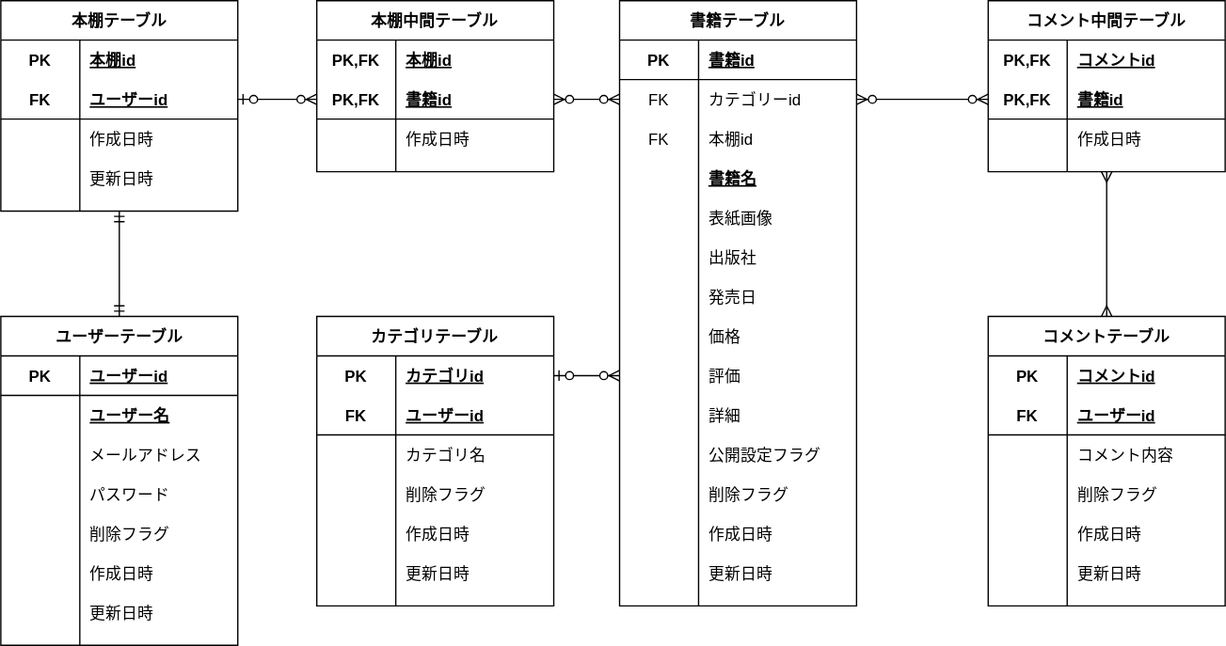
This is ERdiagram.drawio.svg from takumi98/EngineerBookshelf, a draw.io export, as it was before one commit. Source tidied: cells renumbered, new cells last; positions are measured from the earlier drawing's top-left corner, leaving out a move shared by most shapes.
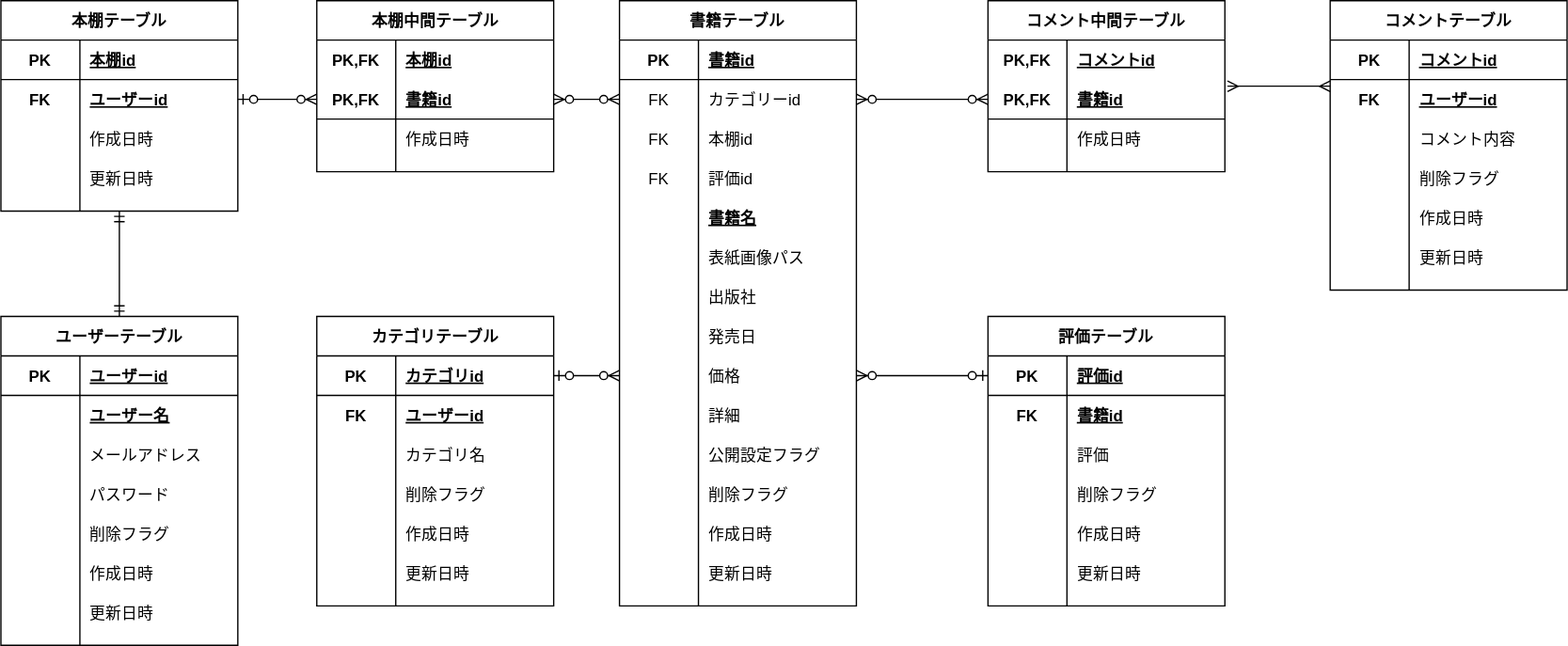
Above is the later version.

Commit message:
[add]評価テーブルの追加

The edit, as a diff of the source:
```diff
@@ -98,8 +98,17 @@
     <mxCell id="33" value="本棚id" style="shape=partialRectangle;fillColor=none;top=0;left=0;bottom=0;right=0;align=left;spacingLeft=6;overflow=hidden;" parent="31" vertex="1">
       <mxGeometry x="60" width="120" height="30" as="geometry" />
     </mxCell>
+    <mxCell id="49" style="shape=partialRectangle;fillColor=none;top=0;left=0;bottom=0;right=0;points=[[0,0.5],[1,0.5]];portConstraint=eastwest;" parent="24" vertex="1">
+      <mxGeometry y="120" width="180" height="30" as="geometry" />
+    </mxCell>
+    <mxCell id="50" value="FK" style="shape=partialRectangle;fillColor=none;top=0;left=0;bottom=0;right=0;overflow=hidden;" parent="49" vertex="1">
+      <mxGeometry width="60" height="30" as="geometry" />
+    </mxCell>
+    <mxCell id="51" value="評価id" style="shape=partialRectangle;fillColor=none;top=0;left=0;bottom=0;right=0;align=left;spacingLeft=6;overflow=hidden;" parent="49" vertex="1">
+      <mxGeometry x="60" width="120" height="30" as="geometry" />
+    </mxCell>
     <mxCell id="34" style="shape=partialRectangle;fillColor=none;top=0;left=0;bottom=0;right=0;" parent="24" vertex="1">
-      <mxGeometry y="120" width="180" height="30" as="geometry" />
+      <mxGeometry y="150" width="180" height="30" as="geometry" />
     </mxCell>
     <mxCell id="35" style="shape=partialRectangle;fillColor=none;top=0;left=0;bottom=0;right=0;fontStyle=1;overflow=hidden;" parent="34" vertex="1">
       <mxGeometry width="60" height="30" as="geometry" />
@@ -108,16 +117,16 @@
       <mxGeometry x="60" width="120" height="30" as="geometry" />
     </mxCell>
     <mxCell id="37" style="shape=partialRectangle;fillColor=none;top=0;left=0;bottom=0;right=0;" parent="24" vertex="1">
-      <mxGeometry y="150" width="180" height="30" as="geometry" />
+      <mxGeometry y="180" width="180" height="30" as="geometry" />
     </mxCell>
     <mxCell id="38" style="shape=partialRectangle;fillColor=none;top=0;left=0;bottom=0;right=0;overflow=hidden;" parent="37" vertex="1">
       <mxGeometry width="60" height="30" as="geometry" />
     </mxCell>
-    <mxCell id="39" value="表紙画像" style="shape=partialRectangle;fillColor=none;top=0;left=0;bottom=0;right=0;align=left;spacingLeft=6;overflow=hidden;" parent="37" vertex="1">
+    <mxCell id="39" value="表紙画像パス" style="shape=partialRectangle;fillColor=none;top=0;left=0;bottom=0;right=0;align=left;spacingLeft=6;overflow=hidden;" parent="37" vertex="1">
       <mxGeometry x="60" width="120" height="30" as="geometry" />
     </mxCell>
     <mxCell id="40" style="shape=partialRectangle;fillColor=none;top=0;left=0;bottom=0;right=0;" parent="24" vertex="1">
-      <mxGeometry y="180" width="180" height="30" as="geometry" />
+      <mxGeometry y="210" width="180" height="30" as="geometry" />
     </mxCell>
     <mxCell id="41" style="shape=partialRectangle;fillColor=none;top=0;left=0;bottom=0;right=0;overflow=hidden;" parent="40" vertex="1">
       <mxGeometry width="60" height="30" as="geometry" />
@@ -126,7 +135,7 @@
       <mxGeometry x="60" width="120" height="30" as="geometry" />
     </mxCell>
     <mxCell id="43" style="shape=partialRectangle;fillColor=none;top=0;left=0;bottom=0;right=0;" parent="24" vertex="1">
-      <mxGeometry y="210" width="180" height="30" as="geometry" />
+      <mxGeometry y="240" width="180" height="30" as="geometry" />
     </mxCell>
     <mxCell id="44" style="shape=partialRectangle;fillColor=none;top=0;left=0;bottom=0;right=0;overflow=hidden;" parent="43" vertex="1">
       <mxGeometry width="60" height="30" as="geometry" />
@@ -135,7 +144,7 @@
       <mxGeometry x="60" width="120" height="30" as="geometry" />
     </mxCell>
     <mxCell id="46" style="shape=partialRectangle;fillColor=none;top=0;left=0;bottom=0;right=0;points=[[0,0.5],[1,0.5]];portConstraint=eastwest;" parent="24" vertex="1">
-      <mxGeometry y="240" width="180" height="30" as="geometry" />
+      <mxGeometry y="270" width="180" height="30" as="geometry" />
     </mxCell>
     <mxCell id="47" style="shape=partialRectangle;fillColor=none;top=0;left=0;bottom=0;right=0;overflow=hidden;" parent="46" vertex="1">
       <mxGeometry width="60" height="30" as="geometry" />
@@ -143,15 +152,6 @@
     <mxCell id="48" value="価格" style="shape=partialRectangle;fillColor=none;top=0;left=0;bottom=0;right=0;align=left;spacingLeft=6;overflow=hidden;" parent="46" vertex="1">
       <mxGeometry x="60" width="120" height="30" as="geometry" />
     </mxCell>
-    <mxCell id="49" style="shape=partialRectangle;fillColor=none;top=0;left=0;bottom=0;right=0;points=[[0,0.5],[1,0.5]];portConstraint=eastwest;" parent="24" vertex="1">
-      <mxGeometry y="270" width="180" height="30" as="geometry" />
-    </mxCell>
-    <mxCell id="50" style="shape=partialRectangle;fillColor=none;top=0;left=0;bottom=0;right=0;overflow=hidden;" parent="49" vertex="1">
-      <mxGeometry width="60" height="30" as="geometry" />
-    </mxCell>
-    <mxCell id="51" value="評価" style="shape=partialRectangle;fillColor=none;top=0;left=0;bottom=0;right=0;align=left;spacingLeft=6;overflow=hidden;" parent="49" vertex="1">
-      <mxGeometry x="60" width="120" height="30" as="geometry" />
-    </mxCell>
     <mxCell id="52" style="shape=partialRectangle;fillColor=none;top=0;left=0;bottom=0;right=0;" parent="24" vertex="1">
       <mxGeometry y="300" width="180" height="30" as="geometry" />
     </mxCell>
@@ -197,13 +197,13 @@
     <mxCell id="66" value="更新日時" style="shape=partialRectangle;fillColor=none;top=0;left=0;bottom=0;right=0;align=left;spacingLeft=6;overflow=hidden;" parent="64" vertex="1">
       <mxGeometry x="60" width="120" height="30" as="geometry" />
     </mxCell>
-    <mxCell id="67" style="edgeStyle=orthogonalEdgeStyle;rounded=0;jettySize=auto;html=1;exitX=0.5;exitY=0;exitDx=0;exitDy=0;entryX=0.5;entryY=1;entryDx=0;entryDy=0;startArrow=ERmany;startFill=0;endArrow=ERmany;endFill=0;" parent="1" edge="1" source="68" target="87">
+    <mxCell id="67" style="edgeStyle=orthogonalEdgeStyle;rounded=0;jettySize=auto;html=1;exitX=0;exitY=0.167;exitDx=0;exitDy=0;entryX=1.011;entryY=0.167;entryDx=0;entryDy=0;startArrow=ERmany;startFill=0;endArrow=ERmany;endFill=0;entryPerimeter=0;exitPerimeter=0;" parent="1" edge="1" source="72" target="91">
       <mxGeometry relative="1" as="geometry" />
     </mxCell>
     <mxCell id="68" value="コメントテーブル" style="shape=table;startSize=30;rowLines=0;fontStyle=1;align=center;" parent="1" vertex="1">
-      <mxGeometry x="750" y="240" width="180" height="220" as="geometry" />
+      <mxGeometry x="1010" width="180" height="220" as="geometry" />
     </mxCell>
-    <mxCell id="69" style="shape=partialRectangle;fillColor=none;top=0;left=0;bottom=0;right=0;" parent="68" vertex="1">
+    <mxCell id="69" style="shape=partialRectangle;fillColor=none;top=0;left=0;bottom=1;right=0;" parent="68" vertex="1">
       <mxGeometry y="30" width="180" height="30" as="geometry" />
     </mxCell>
     <mxCell id="70" value="PK" style="shape=partialRectangle;fillColor=none;top=0;left=0;bottom=0;right=0;fontStyle=1;overflow=hidden;" parent="69" vertex="1">
@@ -212,7 +212,7 @@
     <mxCell id="71" value="コメントid" style="shape=partialRectangle;fillColor=none;top=0;left=0;bottom=0;right=0;align=left;spacingLeft=6;fontStyle=5;overflow=hidden;" parent="69" vertex="1">
       <mxGeometry x="60" width="120" height="30" as="geometry" />
     </mxCell>
-    <mxCell id="72" style="shape=partialRectangle;fillColor=none;top=0;left=0;bottom=1;right=0;points=[[0,0.5],[1,0.5]];portConstraint=eastwest;" parent="68" vertex="1">
+    <mxCell id="72" style="shape=partialRectangle;fillColor=none;top=0;left=0;bottom=0;right=0;points=[[0,0.5],[1,0.5]];portConstraint=eastwest;" parent="68" vertex="1">
       <mxGeometry y="60" width="180" height="30" as="geometry" />
     </mxCell>
     <mxCell id="73" value="FK" style="shape=partialRectangle;fillColor=none;top=0;left=0;bottom=0;right=0;fontStyle=1;overflow=hidden;" parent="72" vertex="1">
@@ -293,13 +293,13 @@
     <mxCell id="98" style="shape=partialRectangle;fillColor=none;top=0;left=0;bottom=0;right=0;points=[[0,0.5],[1,0.5]];portConstraint=eastwest;" parent="97" vertex="1">
       <mxGeometry y="30" width="180" height="30" as="geometry" />
     </mxCell>
-    <mxCell id="99" value="PK" style="shape=partialRectangle;fillColor=none;top=0;left=0;bottom=0;right=0;fontStyle=1;overflow=hidden;" parent="98" vertex="1">
+    <mxCell id="99" value="PK" style="shape=partialRectangle;fillColor=none;top=0;left=0;bottom=1;right=0;fontStyle=1;overflow=hidden;" parent="98" vertex="1">
       <mxGeometry width="60" height="30" as="geometry" />
     </mxCell>
-    <mxCell id="100" value="カテゴリid" style="shape=partialRectangle;fillColor=none;top=0;left=0;bottom=0;right=0;align=left;spacingLeft=6;fontStyle=5;overflow=hidden;" parent="98" vertex="1">
+    <mxCell id="100" value="カテゴリid" style="shape=partialRectangle;fillColor=none;top=0;left=0;bottom=1;right=0;align=left;spacingLeft=6;fontStyle=5;overflow=hidden;" parent="98" vertex="1">
       <mxGeometry x="60" width="120" height="30" as="geometry" />
     </mxCell>
-    <mxCell id="101" style="shape=partialRectangle;fillColor=none;top=0;left=0;bottom=1;right=0;" parent="97" vertex="1">
+    <mxCell id="101" style="shape=partialRectangle;fillColor=none;top=0;left=0;bottom=0;right=0;" parent="97" vertex="1">
       <mxGeometry y="60" width="180" height="30" as="geometry" />
     </mxCell>
     <mxCell id="102" value="FK" style="shape=partialRectangle;fillColor=none;top=0;left=0;bottom=0;right=0;fontStyle=1;overflow=hidden;" parent="101" vertex="1">
@@ -347,7 +347,7 @@
     <mxCell id="116" style="edgeStyle=orthogonalEdgeStyle;rounded=0;jettySize=auto;html=1;exitX=0;exitY=0.5;exitDx=0;exitDy=0;startArrow=ERzeroToMany;startFill=1;endArrow=ERzeroToMany;endFill=1;entryX=1;entryY=0.5;entryDx=0;entryDy=0;" parent="1" edge="1" source="91" target="28">
       <mxGeometry relative="1" as="geometry" />
     </mxCell>
-    <mxCell id="117" style="edgeStyle=orthogonalEdgeStyle;rounded=0;jettySize=auto;html=1;exitX=1;exitY=0.5;exitDx=0;exitDy=0;entryX=0;entryY=0.5;entryDx=0;entryDy=0;startArrow=ERzeroToOne;startFill=1;endArrow=ERzeroToMany;endFill=1;" parent="1" edge="1" source="98" target="49">
+    <mxCell id="117" style="edgeStyle=orthogonalEdgeStyle;rounded=0;jettySize=auto;html=1;exitX=1;exitY=0.5;exitDx=0;exitDy=0;entryX=0;entryY=0.5;entryDx=0;entryDy=0;startArrow=ERzeroToOne;startFill=1;endArrow=ERzeroToMany;endFill=1;" parent="1" edge="1" source="98" target="46">
       <mxGeometry relative="1" as="geometry" />
     </mxCell>
     <mxCell id="118" style="edgeStyle=orthogonalEdgeStyle;rounded=0;jettySize=auto;html=1;exitX=0.5;exitY=1;exitDx=0;exitDy=0;entryX=0.5;entryY=0;entryDx=0;entryDy=0;startArrow=ERmandOne;startFill=0;endArrow=ERmandOne;endFill=0;" parent="1" edge="1" source="119" target="2">
@@ -356,7 +356,7 @@
     <mxCell id="119" value="本棚テーブル" style="shape=table;startSize=30;rowLines=0;fontStyle=1;align=center;" parent="1" vertex="1">
       <mxGeometry width="180" height="160" as="geometry" />
     </mxCell>
-    <mxCell id="120" style="shape=partialRectangle;fillColor=none;top=0;left=0;bottom=0;right=0;" parent="119" vertex="1">
+    <mxCell id="120" style="shape=partialRectangle;fillColor=none;top=0;left=0;bottom=1;right=0;" parent="119" vertex="1">
       <mxGeometry y="30" width="180" height="30" as="geometry" />
     </mxCell>
     <mxCell id="121" value="PK" style="shape=partialRectangle;fillColor=none;top=0;left=0;bottom=0;right=0;fontStyle=1;overflow=hidden;" parent="120" vertex="1">
@@ -365,7 +365,7 @@
     <mxCell id="122" value="本棚id" style="shape=partialRectangle;fillColor=none;top=0;left=0;bottom=0;right=0;align=left;spacingLeft=6;fontStyle=5;overflow=hidden;" parent="120" vertex="1">
       <mxGeometry x="60" width="120" height="30" as="geometry" />
     </mxCell>
-    <mxCell id="123" style="shape=partialRectangle;fillColor=none;top=0;left=0;bottom=1;right=0;points=[[0,0.5],[1,0.5]];portConstraint=eastwest;" parent="119" vertex="1">
+    <mxCell id="123" style="shape=partialRectangle;fillColor=none;top=0;left=0;bottom=0;right=0;points=[[0,0.5],[1,0.5]];portConstraint=eastwest;" parent="119" vertex="1">
       <mxGeometry y="60" width="180" height="30" as="geometry" />
     </mxCell>
     <mxCell id="124" value="FK" style="shape=partialRectangle;fillColor=none;top=0;left=0;bottom=0;right=0;fontStyle=1;overflow=hidden;" parent="123" vertex="1">
@@ -428,5 +428,65 @@
     <mxCell id="143" style="edgeStyle=orthogonalEdgeStyle;rounded=0;jettySize=auto;html=1;exitX=1;exitY=0.5;exitDx=0;exitDy=0;entryX=0;entryY=0.5;entryDx=0;entryDy=0;startArrow=ERzeroToMany;startFill=1;endArrow=ERzeroToMany;endFill=1;" parent="1" edge="1" source="136" target="28">
       <mxGeometry relative="1" as="geometry" />
     </mxCell>
+    <mxCell id="144" value="評価テーブル" style="shape=table;startSize=30;rowLines=0;fontStyle=1;align=center;" parent="1" vertex="1">
+      <mxGeometry x="750" y="240" width="180" height="220" as="geometry" />
+    </mxCell>
+    <mxCell id="145" style="shape=partialRectangle;fillColor=none;top=0;left=0;bottom=1;right=0;points=[[0,0.5],[1,0.5]];portConstraint=eastwest;" parent="144" vertex="1">
+      <mxGeometry y="30" width="180" height="30" as="geometry" />
+    </mxCell>
+    <mxCell id="146" value="PK" style="shape=partialRectangle;fillColor=none;top=0;left=0;bottom=0;right=0;fontStyle=1;overflow=hidden;" parent="145" vertex="1">
+      <mxGeometry width="60" height="30" as="geometry" />
+    </mxCell>
+    <mxCell id="147" value="評価id" style="shape=partialRectangle;fillColor=none;top=0;left=0;bottom=0;right=0;align=left;spacingLeft=6;fontStyle=5;overflow=hidden;" parent="145" vertex="1">
+      <mxGeometry x="60" width="120" height="30" as="geometry" />
+    </mxCell>
+    <mxCell id="148" style="shape=partialRectangle;fillColor=none;top=0;left=0;bottom=0;right=0;" parent="144" vertex="1">
+      <mxGeometry y="60" width="180" height="30" as="geometry" />
+    </mxCell>
+    <mxCell id="149" value="FK" style="shape=partialRectangle;fillColor=none;top=0;left=0;bottom=0;right=0;fontStyle=1;overflow=hidden;" parent="148" vertex="1">
+      <mxGeometry width="60" height="30" as="geometry" />
+    </mxCell>
+    <mxCell id="150" value="書籍id" style="shape=partialRectangle;fillColor=none;top=0;left=0;bottom=0;right=0;align=left;spacingLeft=6;fontStyle=5;overflow=hidden;" parent="148" vertex="1">
+      <mxGeometry x="60" width="120" height="30" as="geometry" />
+    </mxCell>
+    <mxCell id="151" style="shape=partialRectangle;fillColor=none;top=0;left=0;bottom=0;right=0;" parent="144" vertex="1">
+      <mxGeometry y="90" width="180" height="30" as="geometry" />
+    </mxCell>
+    <mxCell id="152" style="shape=partialRectangle;fillColor=none;top=0;left=0;bottom=0;right=0;overflow=hidden;" parent="151" vertex="1">
+      <mxGeometry width="60" height="30" as="geometry" />
+    </mxCell>
+    <mxCell id="153" value="評価" style="shape=partialRectangle;fillColor=none;top=0;left=0;bottom=0;right=0;align=left;spacingLeft=6;overflow=hidden;" parent="151" vertex="1">
+      <mxGeometry x="60" width="120" height="30" as="geometry" />
+    </mxCell>
+    <mxCell id="154" style="shape=partialRectangle;fillColor=none;top=0;left=0;bottom=0;right=0;" parent="144" vertex="1">
+      <mxGeometry y="120" width="180" height="30" as="geometry" />
+    </mxCell>
+    <mxCell id="155" style="shape=partialRectangle;fillColor=none;top=0;left=0;bottom=0;right=0;overflow=hidden;" parent="154" vertex="1">
+      <mxGeometry width="60" height="30" as="geometry" />
+    </mxCell>
+    <mxCell id="156" value="削除フラグ" style="shape=partialRectangle;fillColor=none;top=0;left=0;bottom=0;right=0;align=left;spacingLeft=6;overflow=hidden;" parent="154" vertex="1">
+      <mxGeometry x="60" width="120" height="30" as="geometry" />
+    </mxCell>
+    <mxCell id="157" style="shape=partialRectangle;fillColor=none;top=0;left=0;bottom=0;right=0;" parent="144" vertex="1">
+      <mxGeometry y="150" width="180" height="30" as="geometry" />
+    </mxCell>
+    <mxCell id="158" style="shape=partialRectangle;fillColor=none;top=0;left=0;bottom=0;right=0;overflow=hidden;" parent="157" vertex="1">
+      <mxGeometry width="60" height="30" as="geometry" />
+    </mxCell>
+    <mxCell id="159" value="作成日時" style="shape=partialRectangle;fillColor=none;top=0;left=0;bottom=0;right=0;align=left;spacingLeft=6;overflow=hidden;" parent="157" vertex="1">
+      <mxGeometry x="60" width="120" height="30" as="geometry" />
+    </mxCell>
+    <mxCell id="160" style="shape=partialRectangle;fillColor=none;top=0;left=0;bottom=0;right=0;" parent="144" vertex="1">
+      <mxGeometry y="180" width="180" height="30" as="geometry" />
+    </mxCell>
+    <mxCell id="161" style="shape=partialRectangle;fillColor=none;top=0;left=0;bottom=0;right=0;overflow=hidden;" parent="160" vertex="1">
+      <mxGeometry width="60" height="30" as="geometry" />
+    </mxCell>
+    <mxCell id="162" value="更新日時" style="shape=partialRectangle;fillColor=none;top=0;left=0;bottom=0;right=0;align=left;spacingLeft=6;overflow=hidden;" parent="160" vertex="1">
+      <mxGeometry x="60" width="120" height="30" as="geometry" />
+    </mxCell>
+    <mxCell id="163" style="edgeStyle=orthogonalEdgeStyle;rounded=0;jettySize=auto;html=1;exitX=0;exitY=0.5;exitDx=0;exitDy=0;entryX=1;entryY=0.5;entryDx=0;entryDy=0;startArrow=ERzeroToOne;startFill=1;endArrow=ERzeroToMany;endFill=1;" parent="1" edge="1" source="145" target="46">
+      <mxGeometry relative="1" as="geometry" />
+    </mxCell>
   </root>
 </mxGraphModel>
```
